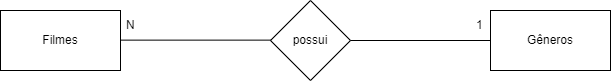
Above: exercicio_1.0/exercicio_1.0.drawio.png in ngoteus/senai_sprrint1 (draw.io), before the change. Source tidied: cells renumbered, new cells last; positions are measured from the earlier drawing's top-left corner, leaving out a move shared by most shapes. Its diagram source:
```xml
<mxGraphModel>
  <root>
    <mxCell id="0" />
    <mxCell id="1" parent="0" />
    <mxCell id="2" value="possui" style="rhombus;whiteSpace=wrap;html=1;" parent="1" vertex="1">
      <mxGeometry x="270" width="80" height="80" as="geometry" />
    </mxCell>
    <mxCell id="3" value="Filmes" style="rounded=0;whiteSpace=wrap;html=1;" parent="1" vertex="1">
      <mxGeometry y="10" width="120" height="60" as="geometry" />
    </mxCell>
    <mxCell id="4" value="Gêneros" style="rounded=0;whiteSpace=wrap;html=1;" parent="1" vertex="1">
      <mxGeometry x="490" y="10" width="120" height="60" as="geometry" />
    </mxCell>
    <mxCell id="5" style="endArrow=none;html=1;rounded=0;entryX=0;entryY=0.5;entryDx=0;entryDy=0;exitX=1;exitY=0.5;exitDx=0;exitDy=0;" parent="1" edge="1">
      <mxGeometry relative="1" as="geometry">
        <mxPoint x="120" y="39.6" as="sourcePoint" />
        <mxPoint x="270" y="39.6" as="targetPoint" />
      </mxGeometry>
    </mxCell>
    <mxCell id="6" style="endArrow=none;html=1;rounded=0;entryX=0;entryY=0.5;entryDx=0;entryDy=0;exitX=1;exitY=0.5;exitDx=0;exitDy=0;" parent="1" edge="1" source="2" target="4">
      <mxGeometry relative="1" as="geometry" />
    </mxCell>
    <mxCell id="7" value="1" style="text;strokeColor=none;fillColor=none;align=left;verticalAlign=middle;spacingLeft=4;spacingRight=4;overflow=hidden;whiteSpace=wrap;html=1;" parent="1" vertex="1">
      <mxGeometry x="470" y="10" width="20" height="30" as="geometry" />
    </mxCell>
    <mxCell id="8" value="N" style="text;strokeColor=none;fillColor=none;align=left;verticalAlign=middle;spacingLeft=4;spacingRight=4;overflow=hidden;whiteSpace=wrap;html=1;" parent="1" vertex="1">
      <mxGeometry x="120" y="10" width="20" height="30" as="geometry" />
    </mxCell>
  </root>
</mxGraphModel>
```
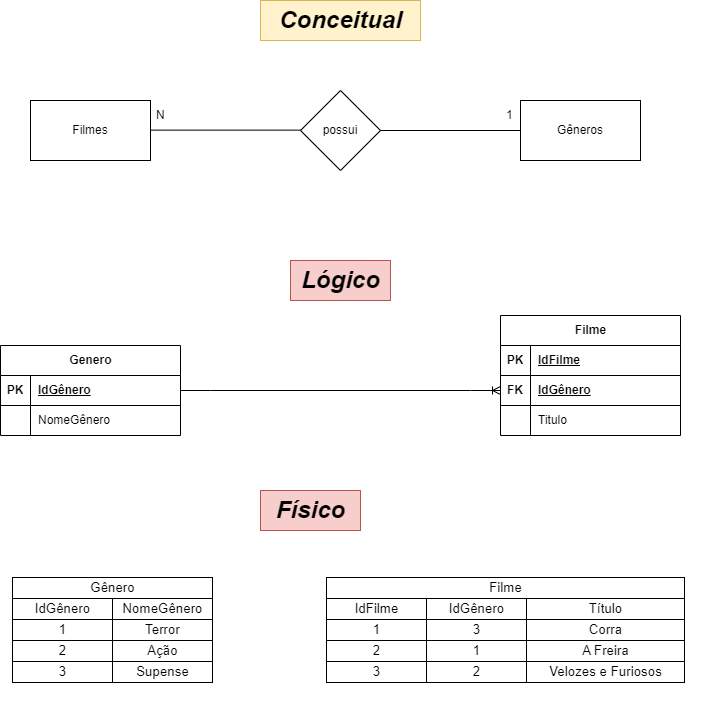
The same diagram one commit later.

Change to the diagram source:
```diff
@@ -26,5 +26,74 @@
     <mxCell id="8" value="N" style="text;strokeColor=none;fillColor=none;align=left;verticalAlign=middle;spacingLeft=4;spacingRight=4;overflow=hidden;whiteSpace=wrap;html=1;" parent="1" vertex="1">
       <mxGeometry x="120" y="10" width="20" height="30" as="geometry" />
     </mxCell>
+    <mxCell id="9" value="Filme" style="shape=table;startSize=30;rowLines=0;fontStyle=1;align=center;html=1;" parent="1" vertex="1">
+      <mxGeometry x="470" y="225" width="180" height="120" as="geometry" />
+    </mxCell>
+    <mxCell id="10" style="shape=tableRow;horizontal=0;startSize=0;swimlaneHead=0;swimlaneBody=0;fillColor=none;top=0;left=0;right=0;bottom=1;" parent="9" vertex="1">
+      <mxGeometry y="30" width="180" height="30" as="geometry" />
+    </mxCell>
+    <mxCell id="11" value="PK" style="shape=partialRectangle;fillColor=none;top=0;left=0;bottom=0;right=0;fontStyle=1;overflow=hidden;whiteSpace=wrap;html=1;" parent="10" vertex="1">
+      <mxGeometry width="30" height="30" as="geometry" />
+    </mxCell>
+    <mxCell id="12" value="IdFilme" style="shape=partialRectangle;fillColor=none;top=0;left=0;bottom=0;right=0;align=left;spacingLeft=6;fontStyle=5;overflow=hidden;whiteSpace=wrap;html=1;" parent="10" vertex="1">
+      <mxGeometry x="30" width="150" height="30" as="geometry" />
+    </mxCell>
+    <mxCell id="13" style="shape=tableRow;horizontal=0;startSize=0;swimlaneHead=0;swimlaneBody=0;fillColor=none;points=[[0,0.5],[1,0.5]];portConstraint=eastwest;top=0;left=0;right=0;bottom=1;" parent="9" vertex="1">
+      <mxGeometry y="60" width="180" height="30" as="geometry" />
+    </mxCell>
+    <mxCell id="14" value="FK" style="shape=partialRectangle;fillColor=none;top=0;left=0;bottom=0;right=0;fontStyle=1;overflow=hidden;whiteSpace=wrap;html=1;" parent="13" vertex="1">
+      <mxGeometry width="30" height="30" as="geometry" />
+    </mxCell>
+    <mxCell id="15" value="IdGênero" style="shape=partialRectangle;fillColor=none;top=0;left=0;bottom=0;right=0;align=left;spacingLeft=6;fontStyle=5;overflow=hidden;whiteSpace=wrap;html=1;" parent="13" vertex="1">
+      <mxGeometry x="30" width="150" height="30" as="geometry" />
+    </mxCell>
+    <mxCell id="16" style="shape=tableRow;horizontal=0;startSize=0;swimlaneHead=0;swimlaneBody=0;fillColor=none;top=0;left=0;right=0;bottom=0;" parent="9" vertex="1">
+      <mxGeometry y="90" width="180" height="30" as="geometry" />
+    </mxCell>
+    <mxCell id="17" style="shape=partialRectangle;fillColor=none;top=0;left=0;bottom=0;right=0;overflow=hidden;whiteSpace=wrap;html=1;" parent="16" vertex="1">
+      <mxGeometry width="30" height="30" as="geometry" />
+    </mxCell>
+    <mxCell id="18" value="Titulo" style="shape=partialRectangle;fillColor=none;top=0;left=0;bottom=0;right=0;align=left;spacingLeft=6;overflow=hidden;whiteSpace=wrap;html=1;" parent="16" vertex="1">
+      <mxGeometry x="30" width="150" height="30" as="geometry" />
+    </mxCell>
+    <mxCell id="19" value="Genero" style="shape=table;startSize=30;rowLines=0;fontStyle=1;align=center;html=1;" parent="1" vertex="1">
+      <mxGeometry x="-30" y="255" width="180" height="90" as="geometry" />
+    </mxCell>
+    <mxCell id="20" style="shape=tableRow;horizontal=0;startSize=0;swimlaneHead=0;swimlaneBody=0;fillColor=none;points=[[0,0.5],[1,0.5]];portConstraint=eastwest;top=0;left=0;right=0;bottom=1;" parent="19" vertex="1">
+      <mxGeometry y="30" width="180" height="30" as="geometry" />
+    </mxCell>
+    <mxCell id="21" value="PK" style="shape=partialRectangle;fillColor=none;top=0;left=0;bottom=0;right=0;fontStyle=1;overflow=hidden;whiteSpace=wrap;html=1;" parent="20" vertex="1">
+      <mxGeometry width="30" height="30" as="geometry" />
+    </mxCell>
+    <mxCell id="22" value="IdGênero" style="shape=partialRectangle;fillColor=none;top=0;left=0;bottom=0;right=0;align=left;spacingLeft=6;fontStyle=5;overflow=hidden;whiteSpace=wrap;html=1;" parent="20" vertex="1">
+      <mxGeometry x="30" width="150" height="30" as="geometry" />
+    </mxCell>
+    <mxCell id="23" style="shape=tableRow;horizontal=0;startSize=0;swimlaneHead=0;swimlaneBody=0;fillColor=none;top=0;left=0;right=0;bottom=0;" parent="19" vertex="1">
+      <mxGeometry y="60" width="180" height="30" as="geometry" />
+    </mxCell>
+    <mxCell id="24" style="shape=partialRectangle;fillColor=none;top=0;left=0;bottom=0;right=0;overflow=hidden;whiteSpace=wrap;html=1;" parent="23" vertex="1">
+      <mxGeometry width="30" height="30" as="geometry" />
+    </mxCell>
+    <mxCell id="25" value="NomeGênero" style="shape=partialRectangle;fillColor=none;top=0;left=0;bottom=0;right=0;align=left;spacingLeft=6;overflow=hidden;whiteSpace=wrap;html=1;" parent="23" vertex="1">
+      <mxGeometry x="30" width="150" height="30" as="geometry" />
+    </mxCell>
+    <mxCell id="26" style="edgeStyle=entityRelationEdgeStyle;fontSize=12;html=1;endArrow=ERoneToMany;rounded=0;entryX=0;entryY=0.5;entryDx=0;entryDy=0;exitX=1;exitY=0.5;exitDx=0;exitDy=0;" parent="1" edge="1" source="20" target="13">
+      <mxGeometry relative="1" as="geometry" />
+    </mxCell>
+    <mxCell id="27" value="Conceitual" style="text;html=1;fontSize=24;fontStyle=3;verticalAlign=middle;align=center;fillColor=#fff2cc;strokeColor=#d6b656;" parent="1" vertex="1">
+      <mxGeometry x="230" y="-90" width="160" height="40" as="geometry" />
+    </mxCell>
+    <mxCell id="28" value="Lógico" style="text;strokeColor=#b85450;fillColor=#f8cecc;html=1;fontSize=24;fontStyle=3;verticalAlign=middle;align=center;" parent="1" vertex="1">
+      <mxGeometry x="260" y="170" width="100" height="40" as="geometry" />
+    </mxCell>
+    <mxCell id="29" value="&lt;table xmlns=&quot;http://www.w3.org/1999/xhtml&quot; cellspacing=&quot;0&quot; cellpadding=&quot;0&quot; dir=&quot;ltr&quot; border=&quot;1&quot; style=&quot;table-layout:fixed;font-size:10pt;font-family:Arial;width:0px;border-collapse:collapse;border:none&quot;&gt;&lt;colgroup&gt;&lt;col width=&quot;100&quot;&gt;&lt;col width=&quot;100&quot;&gt;&lt;/colgroup&gt;&lt;tbody&gt;&lt;tr style=&quot;height:21px;&quot;&gt;&lt;td style=&quot;border-top:1px solid #000000;border-right:1px solid #000000;border-bottom:1px solid #000000;border-left:1px solid #000000;overflow:hidden;padding:2px 3px 2px 3px;vertical-align:bottom;text-align:center;&quot; rowspan=&quot;1&quot; colspan=&quot;2&quot;&gt;Gênero&lt;/td&gt;&lt;/tr&gt;&lt;tr style=&quot;height:21px;&quot;&gt;&lt;td style=&quot;border-right:1px solid #000000;border-bottom:1px solid #000000;border-left:1px solid #000000;overflow:hidden;padding:2px 3px 2px 3px;vertical-align:bottom;text-align:center;&quot;&gt;IdGênero&lt;/td&gt;&lt;td style=&quot;border-right:1px solid #000000;border-bottom:1px solid #000000;overflow:hidden;padding:2px 3px 2px 3px;vertical-align:bottom;text-align:center;&quot;&gt;NomeGênero&lt;/td&gt;&lt;/tr&gt;&lt;tr style=&quot;height:21px;&quot;&gt;&lt;td style=&quot;border-right:1px solid #000000;border-bottom:1px solid #000000;border-left:1px solid #000000;overflow:hidden;padding:2px 3px 2px 3px;vertical-align:bottom;text-align:center;&quot;&gt;1&lt;/td&gt;&lt;td style=&quot;border-right:1px solid #000000;border-bottom:1px solid #000000;overflow:hidden;padding:2px 3px 2px 3px;vertical-align:bottom;text-align:center;&quot;&gt;Terror&lt;/td&gt;&lt;/tr&gt;&lt;tr style=&quot;height:21px;&quot;&gt;&lt;td style=&quot;border-right:1px solid #000000;border-bottom:1px solid #000000;border-left:1px solid #000000;overflow:hidden;padding:2px 3px 2px 3px;vertical-align:bottom;text-align:center;&quot;&gt;2&lt;/td&gt;&lt;td style=&quot;border-right:1px solid #000000;border-bottom:1px solid #000000;overflow:hidden;padding:2px 3px 2px 3px;vertical-align:bottom;text-align:center;&quot;&gt;Ação&lt;/td&gt;&lt;/tr&gt;&lt;tr style=&quot;height:21px;&quot;&gt;&lt;td style=&quot;border-right:1px solid #000000;border-bottom:1px solid #000000;border-left:1px solid #000000;overflow:hidden;padding:2px 3px 2px 3px;vertical-align:bottom;text-align:center;&quot;&gt;3&lt;/td&gt;&lt;td style=&quot;border-right:1px solid #000000;border-bottom:1px solid #000000;overflow:hidden;padding:2px 3px 2px 3px;vertical-align:bottom;text-align:center;&quot;&gt;Supense&lt;/td&gt;&lt;/tr&gt;&lt;/tbody&gt;&lt;/table&gt;" style="text;whiteSpace=wrap;html=1;" parent="1" vertex="1">
+      <mxGeometry x="-20" y="480" width="230" height="130" as="geometry" />
+    </mxCell>
+    <mxCell id="30" value="&lt;table xmlns=&quot;http://www.w3.org/1999/xhtml&quot; cellspacing=&quot;0&quot; cellpadding=&quot;0&quot; dir=&quot;ltr&quot; border=&quot;1&quot; style=&quot;table-layout:fixed;font-size:10pt;font-family:Arial;width:0px;border-collapse:collapse;border:none&quot;&gt;&lt;colgroup&gt;&lt;col width=&quot;100&quot;&gt;&lt;col width=&quot;100&quot;&gt;&lt;col width=&quot;158&quot;&gt;&lt;/colgroup&gt;&lt;tbody&gt;&lt;tr style=&quot;height:21px;&quot;&gt;&lt;td style=&quot;border-top:1px solid #000000;border-right:1px solid #000000;border-bottom:1px solid #000000;border-left:1px solid #000000;overflow:hidden;padding:2px 3px 2px 3px;vertical-align:bottom;text-align:center;&quot; rowspan=&quot;1&quot; colspan=&quot;3&quot;&gt;Filme&lt;/td&gt;&lt;/tr&gt;&lt;tr style=&quot;height:21px;&quot;&gt;&lt;td style=&quot;border-right:1px solid #000000;border-bottom:1px solid #000000;border-left:1px solid #000000;overflow:hidden;padding:2px 3px 2px 3px;vertical-align:bottom;text-align:center;&quot;&gt;IdFilme&lt;/td&gt;&lt;td style=&quot;border-right:1px solid #000000;border-bottom:1px solid #000000;overflow:hidden;padding:2px 3px 2px 3px;vertical-align:bottom;text-align:center;&quot;&gt;IdGênero&lt;/td&gt;&lt;td style=&quot;border-right:1px solid #000000;border-bottom:1px solid #000000;overflow:hidden;padding:2px 3px 2px 3px;vertical-align:bottom;text-align:center;&quot;&gt;Título&lt;/td&gt;&lt;/tr&gt;&lt;tr style=&quot;height:21px;&quot;&gt;&lt;td style=&quot;border-right:1px solid #000000;border-bottom:1px solid #000000;border-left:1px solid #000000;overflow:hidden;padding:2px 3px 2px 3px;vertical-align:bottom;text-align:center;&quot;&gt;1&lt;/td&gt;&lt;td style=&quot;border-right:1px solid #000000;border-bottom:1px solid #000000;overflow:hidden;padding:2px 3px 2px 3px;vertical-align:bottom;text-align:center;&quot;&gt;3&lt;/td&gt;&lt;td style=&quot;border-right:1px solid #000000;border-bottom:1px solid #000000;overflow:hidden;padding:2px 3px 2px 3px;vertical-align:bottom;text-align:center;&quot;&gt;Corra&lt;/td&gt;&lt;/tr&gt;&lt;tr style=&quot;height:21px;&quot;&gt;&lt;td style=&quot;border-right:1px solid #000000;border-bottom:1px solid #000000;border-left:1px solid #000000;overflow:hidden;padding:2px 3px 2px 3px;vertical-align:bottom;text-align:center;&quot;&gt;2&lt;/td&gt;&lt;td style=&quot;border-right:1px solid #000000;border-bottom:1px solid #000000;overflow:hidden;padding:2px 3px 2px 3px;vertical-align:bottom;text-align:center;&quot;&gt;1&lt;/td&gt;&lt;td style=&quot;border-right:1px solid #000000;border-bottom:1px solid #000000;overflow:hidden;padding:2px 3px 2px 3px;vertical-align:bottom;text-align:center;&quot;&gt;A Freira&lt;/td&gt;&lt;/tr&gt;&lt;tr style=&quot;height:21px;&quot;&gt;&lt;td style=&quot;border-right:1px solid #000000;border-bottom:1px solid #000000;border-left:1px solid #000000;overflow:hidden;padding:2px 3px 2px 3px;vertical-align:bottom;text-align:center;&quot;&gt;3&lt;/td&gt;&lt;td style=&quot;border-right:1px solid #000000;border-bottom:1px solid #000000;overflow:hidden;padding:2px 3px 2px 3px;vertical-align:bottom;text-align:center;&quot;&gt;2&lt;/td&gt;&lt;td style=&quot;border-right:1px solid #000000;border-bottom:1px solid #000000;overflow:hidden;padding:2px 3px 2px 3px;vertical-align:bottom;text-align:center;&quot;&gt;Velozes e Furiosos&lt;/td&gt;&lt;/tr&gt;&lt;/tbody&gt;&lt;/table&gt;" style="text;whiteSpace=wrap;html=1;" parent="1" vertex="1">
+      <mxGeometry x="294" y="480" width="390" height="130" as="geometry" />
+    </mxCell>
+    <mxCell id="31" value="Físico" style="text;strokeColor=#b85450;fillColor=#f8cecc;html=1;fontSize=24;fontStyle=3;verticalAlign=middle;align=center;" parent="1" vertex="1">
+      <mxGeometry x="230" y="400" width="100" height="40" as="geometry" />
+    </mxCell>
   </root>
 </mxGraphModel>
```
